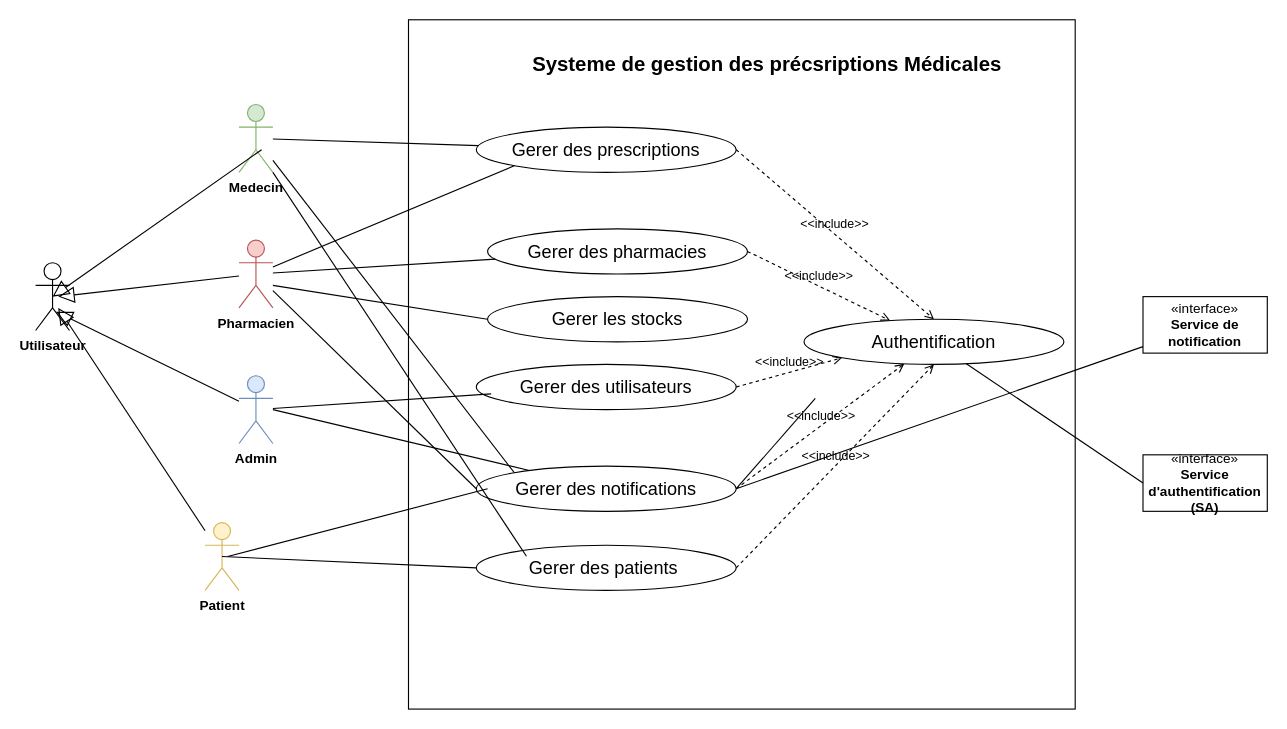
siwar630/Conception-pfe keeps this draw.io diagram as Use case Raffiné.drawio. Above is the earlier version. Source tidied: cells renumbered, new cells numbered last; positions are measured from the earlier drawing's top-left corner, leaving out a move shared by most shapes. Both pictures are drawn from the tidied source at 113%, with x=0, y=0 at pixel (35, 19).
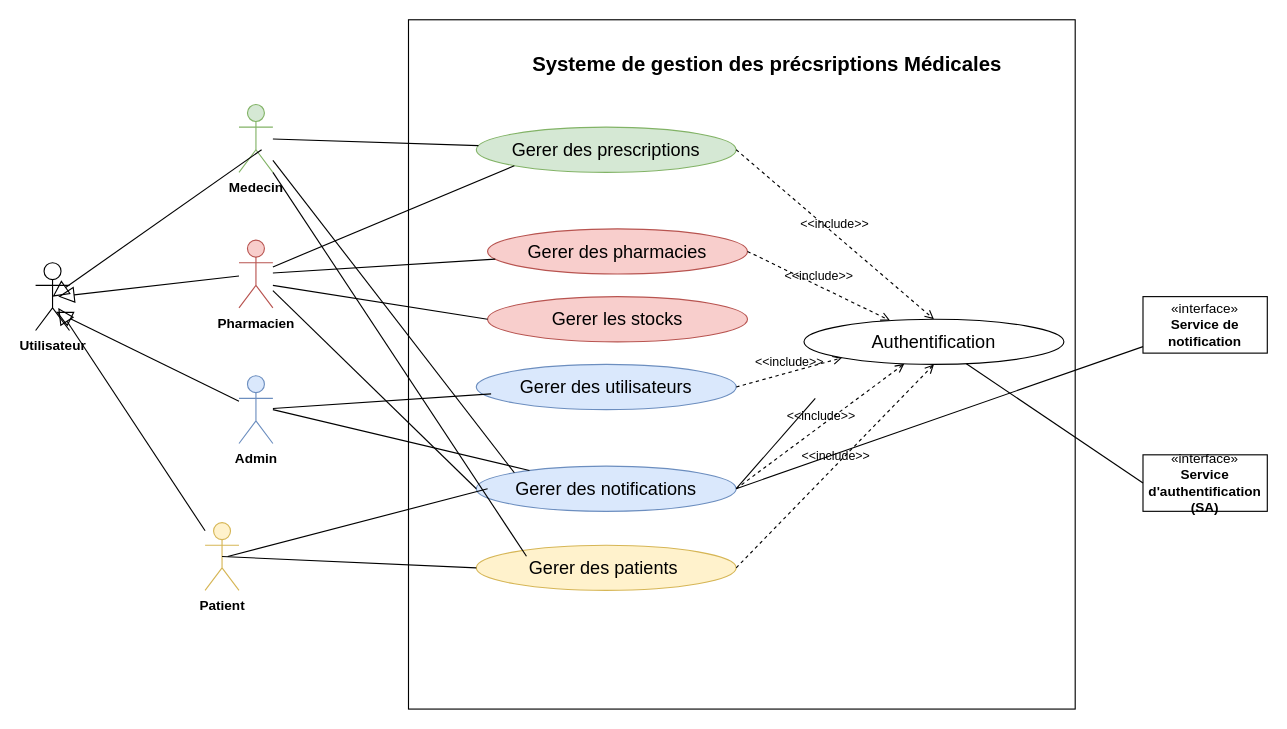
The same diagram, later.

Commit message:
Services grouped by color.drawio

Change to the diagram source:
```diff
@@
-    <mxCell id="8" value="&lt;font style=&quot;font-size: 16px;&quot;&gt;Gerer des prescriptions&lt;/font&gt;" style="ellipse;whiteSpace=wrap;html=1;align=center;" parent="1" vertex="1">
+    <mxCell id="8" value="&lt;font style=&quot;font-size: 16px;&quot;&gt;Gerer des prescriptions&lt;/font&gt;" style="ellipse;whiteSpace=wrap;html=1;align=center;fillColor=#d5e8d4;strokeColor=#82b366;" parent="1" vertex="1">
       <mxGeometry x="390" y="95" width="230" height="40" as="geometry" />
     </mxCell>
-    <mxCell id="9" value="&lt;span style=&quot;font-size: 16px;&quot;&gt;Gerer des pha&lt;/span&gt;&lt;span style=&quot;font-size: 16px;&quot;&gt;rmacies&lt;/span&gt;" style="ellipse;whiteSpace=wrap;html=1;align=center;" parent="1" vertex="1">
+    <mxCell id="9" value="&lt;span style=&quot;font-size: 16px;&quot;&gt;Gerer des pha&lt;/span&gt;&lt;span style=&quot;font-size: 16px;&quot;&gt;rmacies&lt;/span&gt;" style="ellipse;whiteSpace=wrap;html=1;align=center;fillColor=#f8cecc;strokeColor=#b85450;" parent="1" vertex="1">
       <mxGeometry x="400" y="185" width="230" height="40" as="geometry" />
     </mxCell>
-    <mxCell id="10" value="&lt;span style=&quot;font-size: 16px;&quot;&gt;Gerer des utilisateurs&lt;/span&gt;" style="ellipse;whiteSpace=wrap;html=1;align=center;" parent="1" vertex="1">
+    <mxCell id="10" value="&lt;span style=&quot;font-size: 16px;&quot;&gt;Gerer des utilisateurs&lt;/span&gt;" style="ellipse;whiteSpace=wrap;html=1;align=center;fillColor=#dae8fc;strokeColor=#6c8ebf;" parent="1" vertex="1">
       <mxGeometry x="390" y="305" width="230" height="40" as="geometry" />
     </mxCell>
-    <mxCell id="11" value="&lt;span style=&quot;font-size: 16px;&quot;&gt;Gerer des notifications&lt;/span&gt;" style="ellipse;whiteSpace=wrap;html=1;align=center;" parent="1" vertex="1">
+    <mxCell id="11" value="&lt;span style=&quot;font-size: 16px;&quot;&gt;Gerer des notifications&lt;/span&gt;" style="ellipse;whiteSpace=wrap;html=1;align=center;fillColor=#dae8fc;strokeColor=#6c8ebf;" parent="1" vertex="1">
       <mxGeometry x="390" y="395" width="230" height="40" as="geometry" />
     </mxCell>
-    <mxCell id="12" value="&lt;span style=&quot;font-size: 16px;&quot;&gt;Gerer des patients&amp;nbsp;&lt;/span&gt;" style="ellipse;whiteSpace=wrap;html=1;align=center;" parent="1" vertex="1">
+    <mxCell id="12" value="&lt;span style=&quot;font-size: 16px;&quot;&gt;Gerer des patients&amp;nbsp;&lt;/span&gt;" style="ellipse;whiteSpace=wrap;html=1;align=center;fillColor=#fff2cc;strokeColor=#d6b656;" parent="1" vertex="1">
       <mxGeometry x="390" y="465" width="230" height="40" as="geometry" />
     </mxCell>
@@
-    <mxCell id="39" value="&lt;span style=&quot;font-size: 16px;&quot;&gt;Gerer les stocks&lt;/span&gt;" style="ellipse;whiteSpace=wrap;html=1;align=center;" parent="1" vertex="1">
+    <mxCell id="39" value="&lt;span style=&quot;font-size: 16px;&quot;&gt;Gerer les stocks&lt;/span&gt;" style="ellipse;whiteSpace=wrap;html=1;align=center;fillColor=#f8cecc;strokeColor=#b85450;" parent="1" vertex="1">
       <mxGeometry x="400" y="245" width="230" height="40" as="geometry" />
     </mxCell>
```
